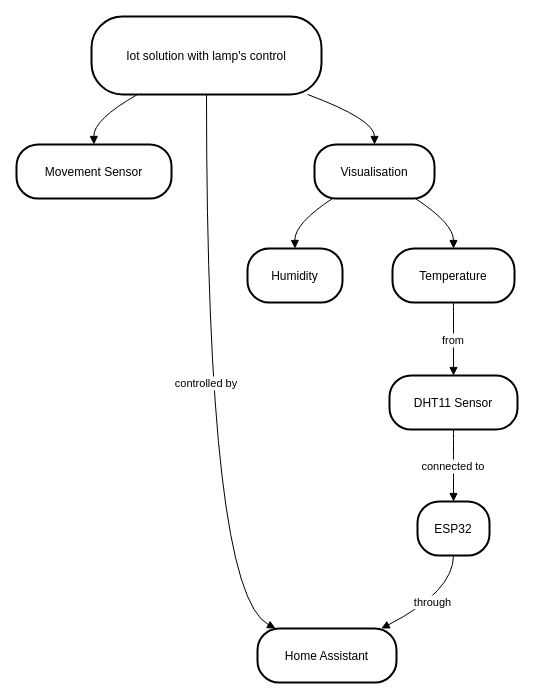
Before: Untitled Diagram.drawio in aalexanderfc/Iot-solution-home-assistant, a draw.io diagram. Source tidied: cells renumbered, new cells numbered last; positions are measured from the earlier drawing's top-left corner, leaving out a move shared by most shapes. Both pictures are drawn from the tidied source at 100%, with x=0, y=0 at pixel (16, 16).
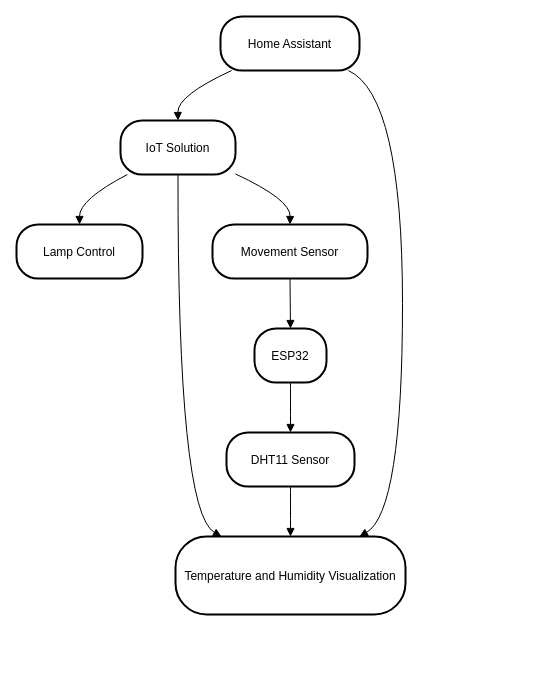
The same diagram, later.

What changed in the source:
```diff
@@
-    <mxCell id="2" value="Iot solution with lamp's control" style="rounded=1;arcSize=40;strokeWidth=2;" parent="1" vertex="1">
-      <mxGeometry x="75" width="230" height="78" as="geometry" />
+    <mxCell id="2" value="Home Assistant" style="rounded=1;arcSize=40;strokeWidth=2;" parent="1" vertex="1">
+      <mxGeometry x="204" width="139" height="54" as="geometry" />
     </mxCell>
-    <mxCell id="3" value="Home Assistant" style="rounded=1;arcSize=40;strokeWidth=2;" parent="1" vertex="1">
-      <mxGeometry x="241" y="612" width="139" height="54" as="geometry" />
+    <mxCell id="3" value="IoT Solution" style="rounded=1;arcSize=40;strokeWidth=2;" parent="1" vertex="1">
+      <mxGeometry x="104" y="104" width="115" height="54" as="geometry" />
     </mxCell>
-    <mxCell id="4" value="Movement Sensor" style="rounded=1;arcSize=40;strokeWidth=2;" parent="1" vertex="1">
-      <mxGeometry y="128" width="155" height="54" as="geometry" />
+    <mxCell id="4" value="Lamp Control" style="rounded=1;arcSize=40;strokeWidth=2;" parent="1" vertex="1">
+      <mxGeometry y="208" width="126" height="54" as="geometry" />
     </mxCell>
-    <mxCell id="5" value="Visualisation" style="rounded=1;arcSize=40;strokeWidth=2;" parent="1" vertex="1">
-      <mxGeometry x="298" y="128" width="120" height="54" as="geometry" />
+    <mxCell id="5" value="Movement Sensor" style="rounded=1;arcSize=40;strokeWidth=2;" parent="1" vertex="1">
+      <mxGeometry x="196" y="208" width="155" height="54" as="geometry" />
     </mxCell>
-    <mxCell id="6" value="Temperature" style="rounded=1;arcSize=40;strokeWidth=2;" parent="1" vertex="1">
-      <mxGeometry x="376" y="232" width="122" height="54" as="geometry" />
+    <mxCell id="6" value="Temperature and Humidity Visualization" style="rounded=1;arcSize=40;strokeWidth=2;" parent="1" vertex="1">
+      <mxGeometry x="159" y="520" width="230" height="78" as="geometry" />
     </mxCell>
-    <mxCell id="7" value="Humidity" style="rounded=1;arcSize=40;strokeWidth=2;" parent="1" vertex="1">
-      <mxGeometry x="231" y="232" width="95" height="54" as="geometry" />
+    <mxCell id="7" value="ESP32" style="rounded=1;arcSize=40;strokeWidth=2;" parent="1" vertex="1">
+      <mxGeometry x="238" y="312" width="72" height="54" as="geometry" />
     </mxCell>
     <mxCell id="8" value="DHT11 Sensor" style="rounded=1;arcSize=40;strokeWidth=2;" parent="1" vertex="1">
-      <mxGeometry x="373" y="359" width="128" height="54" as="geometry" />
+      <mxGeometry x="210" y="416" width="128" height="54" as="geometry" />
     </mxCell>
-    <mxCell id="9" value="ESP32" style="rounded=1;arcSize=40;strokeWidth=2;" parent="1" vertex="1">
-      <mxGeometry x="401" y="485" width="72" height="54" as="geometry" />
+    <mxCell id="9" style="curved=1;startArrow=none;endArrow=block;exitX=0.08;exitY=1;entryX=0.5;entryY=0;" parent="1" edge="1" source="2" target="3">
+      <mxGeometry relative="1" as="geometry">
+        <Array as="points">
+          <mxPoint x="161" y="79" />
+        </Array>
+      </mxGeometry>
     </mxCell>
-    <mxCell id="10" value="controlled by" style="curved=1;startArrow=none;endArrow=block;exitX=0.5;exitY=1;entryX=0.13;entryY=0;" parent="1" edge="1" source="2" target="3">
+    <mxCell id="10" style="curved=1;startArrow=none;endArrow=block;exitX=0.06;exitY=1;entryX=0.5;entryY=0;" parent="1" edge="1" source="3" target="4">
       <mxGeometry relative="1" as="geometry">
         <Array as="points">
-          <mxPoint x="190" y="575" />
+          <mxPoint x="63" y="183" />
         </Array>
       </mxGeometry>
     </mxCell>
-    <mxCell id="11" style="curved=1;startArrow=none;endArrow=block;exitX=0.2;exitY=1;entryX=0.5;entryY=0;" parent="1" edge="1" source="2" target="4">
+    <mxCell id="11" style="curved=1;startArrow=none;endArrow=block;exitX=1;exitY=0.99;entryX=0.5;entryY=0;" parent="1" edge="1" source="3" target="5">
       <mxGeometry relative="1" as="geometry">
         <Array as="points">
-          <mxPoint x="77" y="103" />
+          <mxPoint x="274" y="183" />
         </Array>
       </mxGeometry>
     </mxCell>
-    <mxCell id="12" style="curved=1;startArrow=none;endArrow=block;exitX=0.94;exitY=1;entryX=0.5;entryY=0;" parent="1" edge="1" source="2" target="5">
+    <mxCell id="12" style="curved=1;startArrow=none;endArrow=block;exitX=0.5;exitY=1;entryX=0.2;entryY=0;" parent="1" edge="1" source="3" target="6">
       <mxGeometry relative="1" as="geometry">
         <Array as="points">
-          <mxPoint x="358" y="103" />
+          <mxPoint x="161" y="495" />
         </Array>
       </mxGeometry>
     </mxCell>
-    <mxCell id="13" style="curved=1;startArrow=none;endArrow=block;exitX=0.84;exitY=1;entryX=0.5;entryY=0;" parent="1" edge="1" source="5" target="6">
-      <mxGeometry relative="1" as="geometry">
-        <Array as="points">
-          <mxPoint x="437" y="207" />
-        </Array>
-      </mxGeometry>
+    <mxCell id="13" style="curved=1;startArrow=none;endArrow=block;exitX=0.5;exitY=1;entryX=0.5;entryY=0;" parent="1" edge="1" source="5" target="7">
+      <mxGeometry relative="1" as="geometry" />
     </mxCell>
-    <mxCell id="14" style="curved=1;startArrow=none;endArrow=block;exitX=0.15;exitY=1;entryX=0.5;entryY=0;" parent="1" edge="1" source="5" target="7">
-      <mxGeometry relative="1" as="geometry">
-        <Array as="points">
-          <mxPoint x="278" y="207" />
-        </Array>
-      </mxGeometry>
+    <mxCell id="14" style="curved=1;startArrow=none;endArrow=block;exitX=0.5;exitY=1;entryX=0.5;entryY=0;" parent="1" edge="1" source="7" target="8">
+      <mxGeometry relative="1" as="geometry" />
     </mxCell>
-    <mxCell id="15" value="from" style="curved=1;startArrow=none;endArrow=block;exitX=0.5;exitY=1;entryX=0.5;entryY=-0.01;" parent="1" edge="1" source="6" target="8">
+    <mxCell id="15" style="curved=1;startArrow=none;endArrow=block;exitX=0.5;exitY=1;entryX=0.5;entryY=0;" parent="1" edge="1" source="8" target="6">
       <mxGeometry relative="1" as="geometry" />
     </mxCell>
-    <mxCell id="16" value="connected to" style="curved=1;startArrow=none;endArrow=block;exitX=0.5;exitY=0.99;entryX=0.5;entryY=0;" parent="1" edge="1" source="8" target="9">
-      <mxGeometry relative="1" as="geometry" />
+    <mxCell id="16" style="curved=1;startArrow=none;endArrow=block;exitX=0.92;exitY=1;entryX=0.8;entryY=0;" parent="1" edge="1" source="2" target="6">
+      <mxGeometry relative="1" as="geometry">
+        <Array as="points">
+          <mxPoint x="386" y="79" />
+          <mxPoint x="386" y="495" />
+        </Array>
+      </mxGeometry>
     </mxCell>
-    <mxCell id="17" value="through" style="curved=1;startArrow=none;endArrow=block;exitX=0.5;exitY=1;entryX=0.89;entryY=0;" parent="1" edge="1" source="9" target="3">
-      <mxGeometry relative="1" as="geometry">
-        <Array as="points">
-          <mxPoint x="437" y="575" />
-        </Array>
-      </mxGeometry>
-    </mxCell>
```
